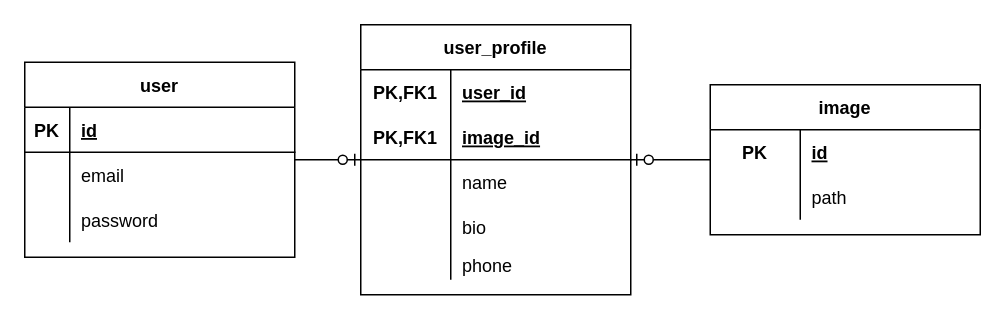
Above: er.dio in shun0918/rails7-test (draw.io), before the change. Source tidied: cells renumbered, new cells numbered last; positions are measured from the earlier drawing's top-left corner, leaving out a move shared by most shapes. Both pictures are drawn from the tidied source at 150%, with x=0, y=0 at pixel (24, 24).
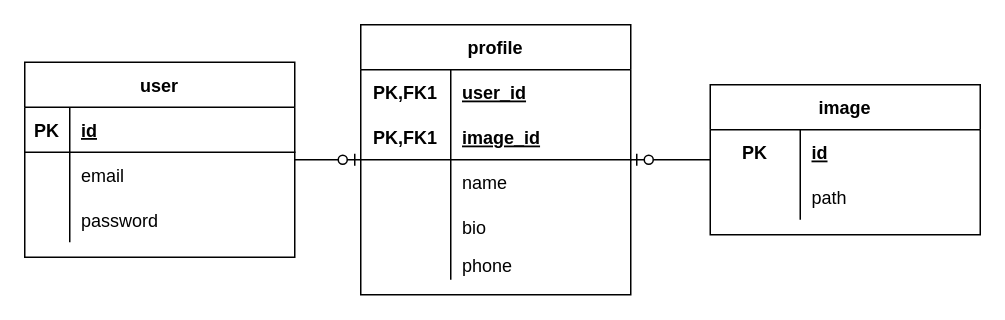
After the change.

Commit message:
docs: モデル名変更

What changed in the source:
```diff
@@
-    <mxCell id="12" value="user_profile" style="shape=table;startSize=30;childLayout=tableLayout;rowLines=0;fontStyle=1;align=center;" parent="1" vertex="1">
+    <mxCell id="12" value="profile" style="shape=table;startSize=30;childLayout=tableLayout;rowLines=0;fontStyle=1;align=center;" parent="1" vertex="1">
       <mxGeometry x="224" width="180" height="180" as="geometry" />
     </mxCell>
```
